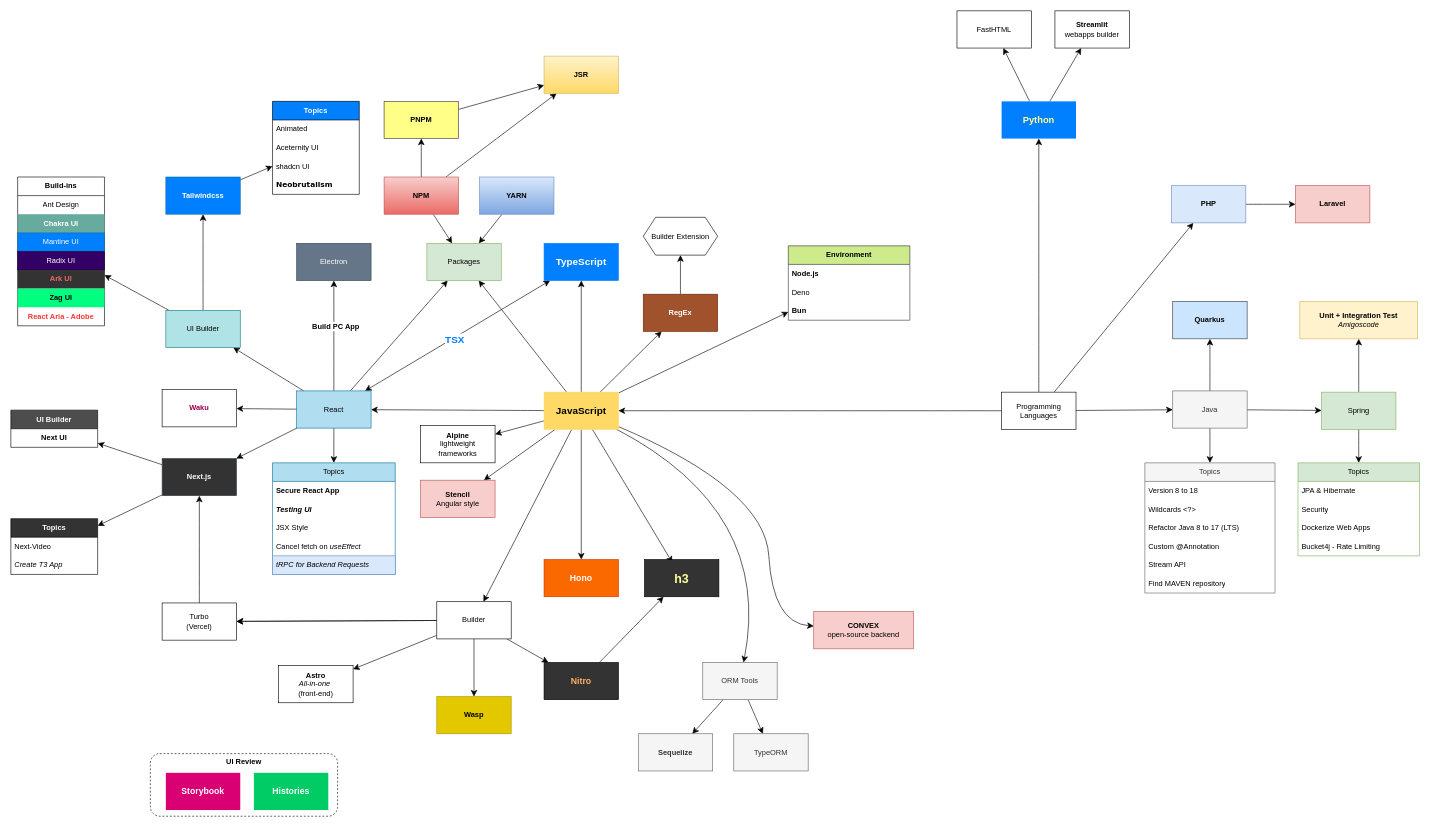
Before: page "Web tech" (1 of 5) of Link_Bookmarks.drawio in sunflynf/diagram-only, a draw.io diagram. Source tidied: cells renumbered, new cells numbered last; positions are measured from the earlier drawing's top-left corner, leaving out a move shared by most shapes. Both pictures are drawn from the tidied source at 62%, with x=0, y=0 at pixel (11, 11).
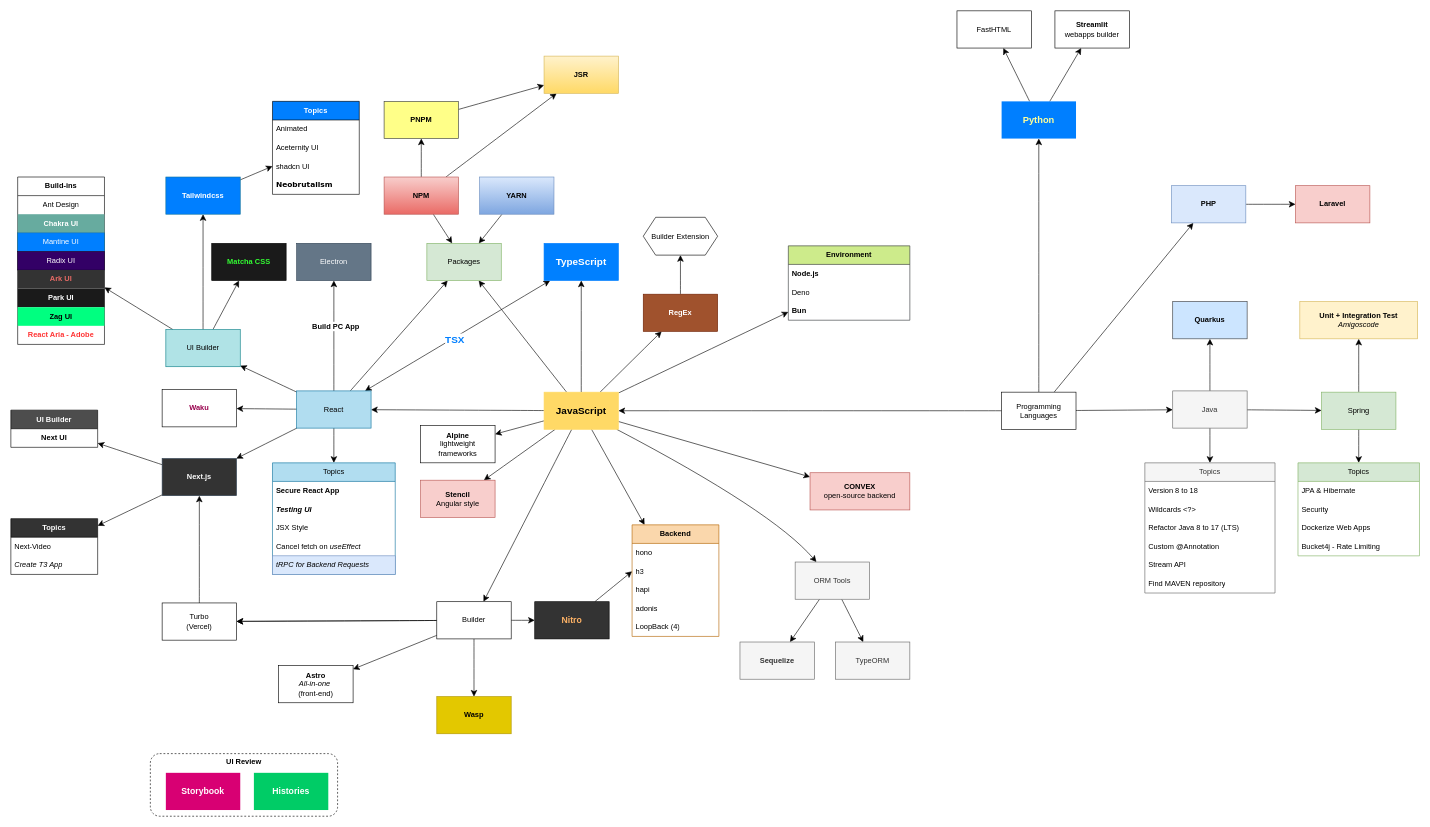
The same page after the edit.

Unchanged cells that the change refers to:
```xml
<mxCell id="40" value="JavaScript" style="whiteSpace=wrap;html=1;fillColor=#FFD966;strokeColor=#FFD966;fontStyle=1;fontSize=16;" parent="1" vertex="1">
  <mxGeometry x="860" y="615" width="120" height="60" as="geometry" />
</mxCell>
```

Diff of the diagram source:
```diff
@@
-    <mxCell id="31" style="edgeStyle=none;curved=1;rounded=0;jettySize=auto;html=1;fontSize=12;startSize=8;endSize=8;" parent="1" edge="1" source="40" target="67">
-      <mxGeometry relative="1" as="geometry" />
-    </mxCell>
-    <mxCell id="32" style="edgeStyle=none;curved=1;rounded=0;jettySize=auto;html=1;fontSize=12;startSize=8;endSize=8;entryX=0.375;entryY=0.083;entryDx=0;entryDy=0;entryPerimeter=0;" parent="1" edge="1" source="40" target="69">
-      <mxGeometry relative="1" as="geometry" />
-    </mxCell>
@@
-    <mxCell id="38" style="edgeStyle=none;curved=1;rounded=0;jettySize=auto;html=1;fontSize=12;startSize=8;endSize=8;" parent="1" edge="1" source="40" target="111">
-      <mxGeometry relative="1" as="geometry">
-        <Array as="points">
-          <mxPoint x="1216" y="771" />
-          <mxPoint x="1229" y="987" />
-        </Array>
-      </mxGeometry>
+    <mxCell id="38" style="rounded=0;jettySize=auto;html=1;fontSize=12;startSize=8;endSize=8;" parent="1" edge="1" source="40" target="111">
+      <mxGeometry relative="1" as="geometry" />
     </mxCell>
@@
+    <mxCell id="136" style="edgeStyle=none;curved=1;rounded=0;jettySize=auto;html=1;fontSize=12;startSize=8;endSize=8;" parent="1" edge="1" source="40" target="139">
+      <mxGeometry relative="1" as="geometry" />
+    </mxCell>
@@
+    <mxCell id="137" style="edgeStyle=none;curved=1;rounded=0;jettySize=auto;html=1;fontSize=12;startSize=8;endSize=8;" parent="1" edge="1" source="56" target="144">
+      <mxGeometry relative="1" as="geometry" />
+    </mxCell>
     <mxCell id="56" value="UI Builder" style="whiteSpace=wrap;html=1;fillColor=#b0e3e6;strokeColor=#0e8088;" parent="1" vertex="1">
-      <mxGeometry x="250" y="483" width="120" height="60" as="geometry" />
+      <mxGeometry x="250" y="514" width="120" height="60" as="geometry" />
     </mxCell>
@@
-    <mxCell id="67" value="Hono" style="whiteSpace=wrap;html=1;fillColor=#fa6800;strokeColor=#C73500;fontColor=#FFFFFF;fontStyle=1;fontSize=14;" parent="1" vertex="1">
-      <mxGeometry x="860" y="885" width="120" height="60" as="geometry" />
-    </mxCell>
@@
-    <mxCell id="69" value="h3" style="whiteSpace=wrap;html=1;fillColor=#333333;fontColor=#FFFF99;fontStyle=1;fontSize=20;textShadow=0;labelBorderColor=none;labelBackgroundColor=none;" parent="1" vertex="1">
-      <mxGeometry x="1022" y="885" width="120" height="60" as="geometry" />
-    </mxCell>
@@
-    <mxCell id="84" style="edgeStyle=none;curved=1;rounded=0;jettySize=auto;html=1;fontSize=12;startSize=8;endSize=8;" parent="1" edge="1" source="85" target="69">
+    <mxCell id="84" style="edgeStyle=none;curved=1;rounded=0;jettySize=auto;html=1;fontSize=12;startSize=8;endSize=8;entryX=0;entryY=0.5;entryDx=0;entryDy=0;" parent="1" edge="1" source="85" target="69">
       <mxGeometry relative="1" as="geometry" />
     </mxCell>
     <mxCell id="85" value="Nitro" style="whiteSpace=wrap;html=1;fillColor=#333333;fontColor=#FFB366;fontStyle=1;fontSize=14;" parent="1" vertex="1">
-      <mxGeometry x="860" y="1051" width="120" height="60" as="geometry" />
+      <mxGeometry x="845" y="953" width="120" height="60" as="geometry" />
     </mxCell>
@@
     <mxCell id="98" value="ORM Tools" style="whiteSpace=wrap;html=1;fillColor=#f5f5f5;fontColor=#333333;strokeColor=#666666;" parent="1" vertex="1">
-      <mxGeometry x="1116" y="1051" width="120" height="60" as="geometry" />
+      <mxGeometry x="1265" y="889" width="120" height="60" as="geometry" />
     </mxCell>
     <mxCell id="99" value="Sequelize" style="whiteSpace=wrap;html=1;fillColor=#f5f5f5;fontColor=#333333;strokeColor=#666666;fontStyle=1;" parent="1" vertex="1">
-      <mxGeometry x="1012" y="1166" width="120" height="60" as="geometry" />
+      <mxGeometry x="1176" y="1018" width="120" height="60" as="geometry" />
     </mxCell>
@@
     <mxCell id="111" value="&lt;div&gt;&lt;b&gt;CONVEX&lt;/b&gt;&lt;/div&gt;&lt;div&gt;open-source backend&lt;br&gt;&lt;/div&gt;" style="whiteSpace=wrap;html=1;fillColor=#f8cecc;strokeColor=#b85450;" parent="1" vertex="1">
-      <mxGeometry x="1295" y="969" width="161" height="60" as="geometry" />
+      <mxGeometry x="1289" y="745" width="161" height="60" as="geometry" />
     </mxCell>
@@
     <mxCell id="113" value="Build-ins" style="swimlane;fontStyle=1;horizontal=1;startSize=30;whiteSpace=wrap;html=1;align=center;" parent="1" vertex="1">
-      <mxGeometry x="11" y="268" width="140" height="240" as="geometry" />
+      <mxGeometry x="11" y="268" width="140" height="270" as="geometry" />
     </mxCell>
@@
+    <mxCell id="138" value="Park UI" style="text;strokeColor=none;fillColor=#1A1A1A;align=center;verticalAlign=middle;spacingLeft=4;spacingRight=4;overflow=hidden;whiteSpace=wrap;html=1;fontColor=#FFFFFF;fontStyle=1;" parent="113" vertex="1">
+      <mxGeometry y="180" width="140" height="30" as="geometry" />
+    </mxCell>
     <mxCell id="119" value="Zag UI" style="text;strokeColor=none;fillColor=#00FF80;align=center;verticalAlign=middle;spacingLeft=4;spacingRight=4;overflow=hidden;whiteSpace=wrap;html=1;fontStyle=1;" parent="113" vertex="1">
-      <mxGeometry y="180" width="140" height="30" as="geometry" />
+      <mxGeometry y="210" width="140" height="30" as="geometry" />
     </mxCell>
     <mxCell id="120" value="React Aria - Adobe" style="text;align=center;verticalAlign=middle;spacingLeft=4;spacingRight=4;overflow=hidden;whiteSpace=wrap;html=1;fontStyle=1;fontColor=#FF3333;" parent="113" vertex="1">
-      <mxGeometry y="210" width="140" height="30" as="geometry" />
+      <mxGeometry y="240" width="140" height="30" as="geometry" />
     </mxCell>
@@
     <mxCell id="135" value="TypeORM" style="whiteSpace=wrap;html=1;fillColor=#f5f5f5;fontColor=#333333;strokeColor=#666666;" parent="1" vertex="1">
-      <mxGeometry x="1166" y="1166" width="120" height="60" as="geometry" />
+      <mxGeometry x="1330" y="1018" width="120" height="60" as="geometry" />
     </mxCell>
+    <mxCell id="139" value="Backend" style="swimlane;fontStyle=1;horizontal=1;startSize=30;whiteSpace=wrap;html=1;fillColor=#fad7ac;strokeColor=#b46504;" parent="1" vertex="1">
+      <mxGeometry x="1002" y="829" width="140" height="180" as="geometry" />
+    </mxCell>
+    <mxCell id="140" value="hono" style="text;strokeColor=none;fillColor=none;align=left;verticalAlign=middle;spacingLeft=4;spacingRight=4;overflow=hidden;whiteSpace=wrap;html=1;" parent="139" vertex="1">
+      <mxGeometry y="30" width="140" height="30" as="geometry" />
+    </mxCell>
+    <mxCell id="69" value="h3" style="text;strokeColor=none;fillColor=none;align=left;verticalAlign=middle;spacingLeft=4;spacingRight=4;overflow=hidden;points=[[0,0.5],[1,0.5]];portConstraint=eastwest;whiteSpace=wrap;html=1;" parent="139" vertex="1">
+      <mxGeometry y="60" width="140" height="30" as="geometry" />
+    </mxCell>
+    <mxCell id="141" value="hapi" style="text;strokeColor=none;fillColor=none;align=left;verticalAlign=middle;spacingLeft=4;spacingRight=4;overflow=hidden;whiteSpace=wrap;html=1;" parent="139" vertex="1">
+      <mxGeometry y="90" width="140" height="30" as="geometry" />
+    </mxCell>
+    <mxCell id="142" value="adonis" style="text;strokeColor=none;fillColor=none;align=left;verticalAlign=middle;spacingLeft=4;spacingRight=4;overflow=hidden;whiteSpace=wrap;html=1;" parent="139" vertex="1">
+      <mxGeometry y="120" width="140" height="30" as="geometry" />
+    </mxCell>
+    <mxCell id="143" value="LoopBack (4)" style="text;strokeColor=none;fillColor=none;align=left;verticalAlign=middle;spacingLeft=4;spacingRight=4;overflow=hidden;whiteSpace=wrap;html=1;" parent="139" vertex="1">
+      <mxGeometry y="150" width="140" height="30" as="geometry" />
+    </mxCell>
+    <mxCell id="144" value="Matcha CSS" style="whiteSpace=wrap;html=1;fillColor=#1A1A1A;fontStyle=1;fontColor=#33FF33;" parent="1" vertex="1">
+      <mxGeometry x="324" y="375" width="120" height="60" as="geometry" />
+    </mxCell>
```
